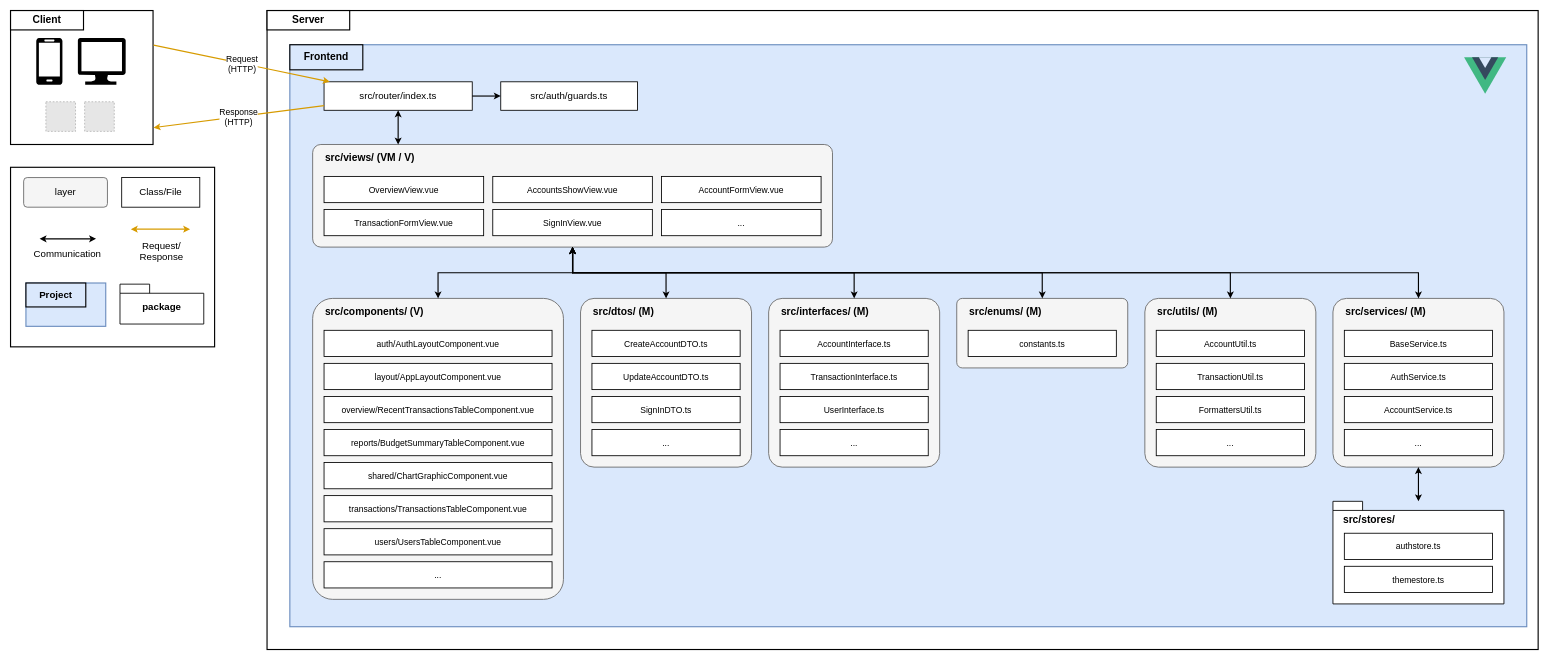
The draw.io diagram docs/architecture/deliverable-2/frontend-architecture.drawio in AndresVelez31/FinZen, before the edit. Source tidied: cells renumbered, new cells numbered last; positions are measured from the earlier drawing's top-left corner, leaving out a move shared by most shapes. Both pictures are drawn from the tidied source at 57%, with x=0, y=0 at pixel (10, 10). Pictures stored in the file or linked from it are replaced by grey dashed boxes.
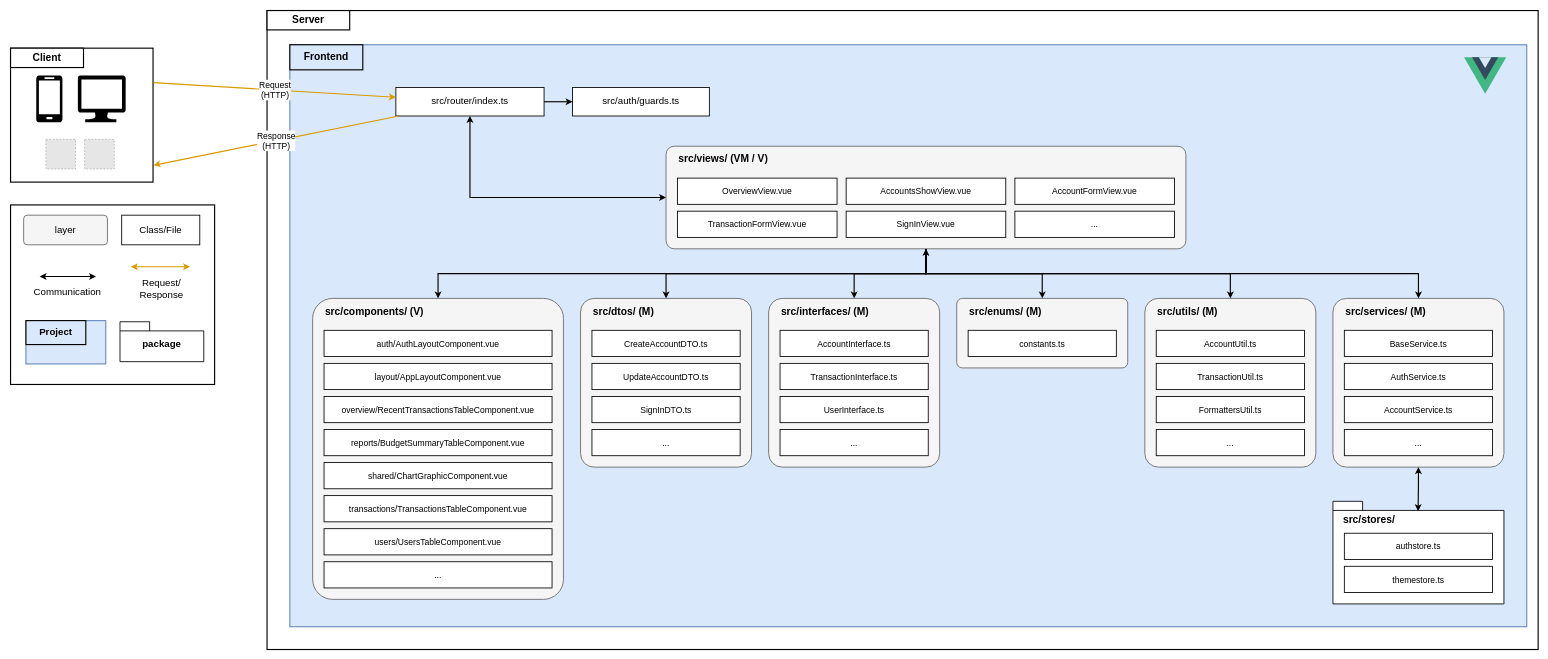
The same page after the edit.

Commit message (it also covers changes not shown here):
docs(architecture): adjust the general, frontend and backend diagrams

Unchanged cells that the change refers to:
```xml
<mxCell id="44" value="src/components/ (V)" style="rounded=1;arcSize=8;whiteSpace=wrap;html=1;fillColor=#f5f5f5;strokeColor=#666666;strokeWidth=1.5;verticalAlign=top;align=left;spacingLeft=20;spacingTop=6;fontStyle=1;fontSize=18;" parent="1" vertex="1">
  <mxGeometry x="530" y="505" width="440" height="528" as="geometry" />
</mxCell>
<mxCell id="54" value="src/dtos/ (M)" style="rounded=1;arcSize=8;whiteSpace=wrap;html=1;fillColor=#f5f5f5;strokeColor=#666666;strokeWidth=1.5;verticalAlign=top;align=left;spacingLeft=20;spacingTop=6;fontStyle=1;fontSize=18;" parent="1" vertex="1">
  <mxGeometry x="1000" y="505" width="300" height="296" as="geometry" />
</mxCell>
<mxCell id="60" value="src/interfaces/ (M)" style="rounded=1;arcSize=8;whiteSpace=wrap;html=1;fillColor=#f5f5f5;strokeColor=#666666;strokeWidth=1.5;verticalAlign=top;align=left;spacingLeft=20;spacingTop=6;fontStyle=1;fontSize=18;" parent="1" vertex="1">
  <mxGeometry x="1330" y="505" width="300" height="296" as="geometry" />
</mxCell>
<mxCell id="66" value="src/enums/ (M)" style="rounded=1;arcSize=8;whiteSpace=wrap;html=1;fillColor=#f5f5f5;strokeColor=#666666;strokeWidth=1.5;verticalAlign=top;align=left;spacingLeft=20;spacingTop=6;fontStyle=1;fontSize=18;" parent="1" vertex="1">
  <mxGeometry x="1660" y="505" width="300" height="122" as="geometry" />
</mxCell>
<mxCell id="69" value="src/utils/ (M)" style="rounded=1;arcSize=8;whiteSpace=wrap;html=1;fillColor=#f5f5f5;strokeColor=#666666;strokeWidth=1.5;verticalAlign=top;align=left;spacingLeft=20;spacingTop=6;fontStyle=1;fontSize=18;" parent="1" vertex="1">
  <mxGeometry x="1990" y="505" width="300" height="296" as="geometry" />
</mxCell>
<mxCell id="75" value="src/services/ (M)" style="rounded=1;arcSize=8;whiteSpace=wrap;html=1;fillColor=#f5f5f5;strokeColor=#666666;strokeWidth=1.5;verticalAlign=top;align=left;spacingLeft=20;spacingTop=6;fontStyle=1;fontSize=18;" parent="1" vertex="1">
  <mxGeometry x="2320" y="505" width="300" height="296" as="geometry" />
</mxCell>
<mxCell id="81" value="src/stores/" style="shape=folder;tabWidth=52;tabHeight=16;tabPosition=left;whiteSpace=wrap;html=1;fillColor=#ffffff;strokeColor=#000000;strokeWidth=1.5;verticalAlign=top;align=left;spacingLeft=16;spacingTop=16;fontStyle=1;fontSize=18;" parent="1" vertex="1">
  <mxGeometry x="2320" y="861" width="300" height="180" as="geometry" />
</mxCell>
```

Change to the diagram source:
```diff
@@
     <mxCell id="9" style="rounded=0;whiteSpace=wrap;html=1;fillColor=#ffffff;strokeColor=#000000;strokeWidth=2;" parent="1" vertex="1">
-      <mxGeometry width="250" height="235" as="geometry" />
+      <mxGeometry y="66" width="250" height="235" as="geometry" />
     </mxCell>
     <mxCell id="10" value="Client" style="rounded=0;whiteSpace=wrap;html=1;fillColor=#ffffff;strokeColor=#000000;strokeWidth=2;fontStyle=1;fontSize=18;" parent="1" vertex="1">
-      <mxGeometry width="128" height="34" as="geometry" />
+      <mxGeometry y="66" width="128" height="34" as="geometry" />
     </mxCell>
     <mxCell id="11" style="html=1;strokeColor=none;fillColor=#000000;shape=mxgraph.azure.mobile;" parent="1" vertex="1">
-      <mxGeometry x="45" y="48" width="46" height="82" as="geometry" />
+      <mxGeometry x="45" y="114" width="46" height="82" as="geometry" />
     </mxCell>
     <mxCell id="12" style="html=1;strokeColor=none;fillColor=#000000;shape=mxgraph.azure.computer;" parent="1" vertex="1">
-      <mxGeometry x="118" y="48" width="84" height="82" as="geometry" />
+      <mxGeometry x="118" y="114" width="84" height="82" as="geometry" />
     </mxCell>
     <mxCell id="13" style="fillColor=#E6E6E6;strokeColor=#999999;dashed=1;html=1;" parent="1" vertex="1">
-      <mxGeometry x="62" y="160" width="52" height="52" as="geometry" />
+      <mxGeometry x="62" y="226" width="52" height="52" as="geometry" />
     </mxCell>
     <mxCell id="14" style="fillColor=#E6E6E6;strokeColor=#999999;dashed=1;html=1;" parent="1" vertex="1">
-      <mxGeometry x="130" y="160" width="52" height="52" as="geometry" />
+      <mxGeometry x="130" y="226" width="52" height="52" as="geometry" />
     </mxCell>
     <mxCell id="15" style="text;strokeColor=none;fillColor=none;" parent="1" vertex="1">
-      <mxGeometry x="250" y="60" width="1" height="1" as="geometry" />
+      <mxGeometry x="250" y="126" width="1" height="1" as="geometry" />
     </mxCell>
     <mxCell id="16" style="text;strokeColor=none;fillColor=none;" parent="1" vertex="1">
-      <mxGeometry x="250" y="205" width="1" height="1" as="geometry" />
+      <mxGeometry x="250" y="271" width="1" height="1" as="geometry" />
     </mxCell>
     <mxCell id="17" style="rounded=0;whiteSpace=wrap;html=1;fillColor=#ffffff;strokeColor=#000000;strokeWidth=2;" parent="1" vertex="1">
-      <mxGeometry y="275" width="358" height="315" as="geometry" />
+      <mxGeometry y="341" width="358" height="315" as="geometry" />
     </mxCell>
     <mxCell id="18" value="layer" style="rounded=1;arcSize=12;whiteSpace=wrap;html=1;fillColor=#f5f5f5;strokeColor=#666666;strokeWidth=1.5;fontSize=17;" parent="1" vertex="1">
-      <mxGeometry x="23" y="293" width="147" height="52" as="geometry" />
+      <mxGeometry x="23" y="359" width="147" height="52" as="geometry" />
     </mxCell>
     <mxCell id="19" value="Class/File" style="rounded=0;whiteSpace=wrap;html=1;fillColor=#ffffff;strokeColor=#000000;strokeWidth=1.5;fontSize=15;fontSize=17;" parent="1" vertex="1">
-      <mxGeometry x="195" y="293" width="137" height="52" as="geometry" />
+      <mxGeometry x="195" y="359" width="137" height="52" as="geometry" />
     </mxCell>
     <mxCell id="20" style="text;strokeColor=none;fillColor=none;" parent="1" vertex="1">
-      <mxGeometry x="50" y="400" width="1" height="1" as="geometry" />
+      <mxGeometry x="50" y="466" width="1" height="1" as="geometry" />
     </mxCell>
     <mxCell id="21" style="text;strokeColor=none;fillColor=none;" parent="1" vertex="1">
-      <mxGeometry x="150" y="400" width="1" height="1" as="geometry" />
+      <mxGeometry x="150" y="466" width="1" height="1" as="geometry" />
     </mxCell>
@@
     <mxCell id="23" value="Communication" style="text;html=1;strokeColor=none;fillColor=none;align=center;verticalAlign=middle;whiteSpace=wrap;fontSize=17;" parent="1" vertex="1">
-      <mxGeometry x="15" y="410" width="170" height="36" as="geometry" />
+      <mxGeometry x="15" y="476" width="170" height="36" as="geometry" />
     </mxCell>
     <mxCell id="24" style="text;strokeColor=none;fillColor=none;" parent="1" vertex="1">
-      <mxGeometry x="210" y="383" width="1" height="1" as="geometry" />
+      <mxGeometry x="210" y="449" width="1" height="1" as="geometry" />
     </mxCell>
     <mxCell id="25" style="text;strokeColor=none;fillColor=none;" parent="1" vertex="1">
-      <mxGeometry x="315" y="383" width="1" height="1" as="geometry" />
+      <mxGeometry x="315" y="449" width="1" height="1" as="geometry" />
     </mxCell>
@@
     <mxCell id="27" value="Request/&lt;br&gt;Response" style="text;html=1;strokeColor=none;fillColor=none;align=center;verticalAlign=middle;whiteSpace=wrap;fontSize=17;" parent="1" vertex="1">
-      <mxGeometry x="195" y="395" width="140" height="56" as="geometry" />
+      <mxGeometry x="195" y="461" width="140" height="56" as="geometry" />
     </mxCell>
     <mxCell id="28" style="rounded=0;whiteSpace=wrap;html=1;fillColor=#dae8fc;strokeColor=#6c8ebf;strokeWidth=2;" parent="1" vertex="1">
-      <mxGeometry x="27" y="478" width="140" height="76" as="geometry" />
+      <mxGeometry x="27" y="544" width="140" height="76" as="geometry" />
     </mxCell>
     <mxCell id="29" value="Project" style="rounded=0;whiteSpace=wrap;html=1;fillColor=#dae8fc;strokeColor=#000000;strokeWidth=2;fontStyle=1;fontSize=18;fontSize=17;" parent="1" vertex="1">
-      <mxGeometry x="27" y="478" width="105" height="42" as="geometry" />
+      <mxGeometry x="27" y="544" width="105" height="42" as="geometry" />
     </mxCell>
     <mxCell id="30" value="package" style="shape=folder;tabWidth=52;tabHeight=16;tabPosition=left;whiteSpace=wrap;html=1;fillColor=#ffffff;strokeColor=#000000;strokeWidth=1.5;verticalAlign=top;align=left;spacingLeft=16;spacingTop=16;fontStyle=1;fontSize=18;align=center;verticalAlign=middle;spacingLeft=0;spacingTop=10;fontSize=17;" parent="1" vertex="1">
-      <mxGeometry x="192" y="480" width="147" height="70" as="geometry" />
+      <mxGeometry x="192" y="546" width="147" height="70" as="geometry" />
     </mxCell>
     <mxCell id="31" value="src/router/index.ts" style="rounded=0;whiteSpace=wrap;html=1;fillColor=#ffffff;strokeColor=#000000;strokeWidth=1.5;fontSize=15;fontSize=17;" parent="1" vertex="1">
-      <mxGeometry x="550" y="125" width="260" height="50" as="geometry" />
+      <mxGeometry x="676" y="135" width="260" height="50" as="geometry" />
     </mxCell>
     <mxCell id="32" value="src/auth/guards.ts" style="rounded=0;whiteSpace=wrap;html=1;fillColor=#ffffff;strokeColor=#000000;strokeWidth=1.5;fontSize=15;fontSize=17;" parent="1" vertex="1">
-      <mxGeometry x="860" y="125" width="240" height="50" as="geometry" />
+      <mxGeometry x="986" y="135" width="240" height="50" as="geometry" />
     </mxCell>
@@
+    <mxCell id="59" style="edgeStyle=orthogonalEdgeStyle;rounded=0;jettySize=auto;html=1;entryX=0.5;entryY=0;entryDx=0;entryDy=0;strokeWidth=2;" parent="1" edge="1" source="36" target="54">
+      <mxGeometry relative="1" as="geometry" />
+    </mxCell>
+    <mxCell id="65" style="edgeStyle=orthogonalEdgeStyle;rounded=0;jettySize=auto;html=1;entryX=0.5;entryY=0;entryDx=0;entryDy=0;strokeWidth=2;" parent="1" edge="1" source="36" target="60">
+      <mxGeometry relative="1" as="geometry" />
+    </mxCell>
+    <mxCell id="68" style="edgeStyle=orthogonalEdgeStyle;rounded=0;jettySize=auto;html=1;entryX=0.5;entryY=0;entryDx=0;entryDy=0;strokeWidth=2;" parent="1" edge="1" source="36" target="66">
+      <mxGeometry relative="1" as="geometry" />
+    </mxCell>
+    <mxCell id="74" style="edgeStyle=orthogonalEdgeStyle;rounded=0;jettySize=auto;html=1;entryX=0.5;entryY=0;entryDx=0;entryDy=0;strokeWidth=2;" parent="1" edge="1" source="36" target="69">
+      <mxGeometry relative="1" as="geometry" />
+    </mxCell>
+    <mxCell id="80" style="edgeStyle=orthogonalEdgeStyle;rounded=0;jettySize=auto;html=1;entryX=0.5;entryY=0;entryDx=0;entryDy=0;exitX=0.5;exitY=1;exitDx=0;exitDy=0;strokeWidth=2;" parent="1" edge="1" source="36" target="75">
+      <mxGeometry relative="1" as="geometry" />
+    </mxCell>
     <mxCell id="36" value="src/views/ (VM / V)" style="rounded=1;arcSize=8;whiteSpace=wrap;html=1;fillColor=#f5f5f5;strokeColor=#666666;strokeWidth=1.5;verticalAlign=top;align=left;spacingLeft=20;spacingTop=6;fontStyle=1;fontSize=18;" parent="1" vertex="1">
-      <mxGeometry x="530" y="235" width="912" height="180" as="geometry" />
+      <mxGeometry x="1150" y="238" width="912" height="180" as="geometry" />
     </mxCell>
     <mxCell id="37" value="OverviewView.vue" style="rounded=0;whiteSpace=wrap;html=1;fillColor=#ffffff;strokeColor=#000000;strokeWidth=1.5;fontSize=15;" parent="1" vertex="1">
-      <mxGeometry x="550" y="291" width="280" height="46" as="geometry" />
+      <mxGeometry x="1170" y="294" width="280" height="46" as="geometry" />
     </mxCell>
     <mxCell id="38" value="AccountsShowView.vue" style="rounded=0;whiteSpace=wrap;html=1;fillColor=#ffffff;strokeColor=#000000;strokeWidth=1.5;fontSize=15;" parent="1" vertex="1">
-      <mxGeometry x="846" y="291" width="280" height="46" as="geometry" />
+      <mxGeometry x="1466" y="294" width="280" height="46" as="geometry" />
     </mxCell>
     <mxCell id="39" value="AccountFormView.vue" style="rounded=0;whiteSpace=wrap;html=1;fillColor=#ffffff;strokeColor=#000000;strokeWidth=1.5;fontSize=15;" parent="1" vertex="1">
-      <mxGeometry x="1142" y="291" width="280" height="46" as="geometry" />
+      <mxGeometry x="1762" y="294" width="280" height="46" as="geometry" />
     </mxCell>
     <mxCell id="40" value="TransactionFormView.vue" style="rounded=0;whiteSpace=wrap;html=1;fillColor=#ffffff;strokeColor=#000000;strokeWidth=1.5;fontSize=15;" parent="1" vertex="1">
-      <mxGeometry x="550" y="349" width="280" height="46" as="geometry" />
+      <mxGeometry x="1170" y="352" width="280" height="46" as="geometry" />
     </mxCell>
+    <mxCell id="53" style="edgeStyle=orthogonalEdgeStyle;rounded=0;jettySize=auto;html=1;entryX=0.5;entryY=0;entryDx=0;entryDy=0;exitX=0.5;exitY=1;exitDx=0;exitDy=0;strokeWidth=2;startArrow=classic;startFill=1;" parent="1" edge="1" source="36" target="44">
+      <mxGeometry relative="1" as="geometry" />
+    </mxCell>
     <mxCell id="41" value="SignInView.vue" style="rounded=0;whiteSpace=wrap;html=1;fillColor=#ffffff;strokeColor=#000000;strokeWidth=1.5;fontSize=15;" parent="1" vertex="1">
-      <mxGeometry x="846" y="349" width="280" height="46" as="geometry" />
+      <mxGeometry x="1466" y="352" width="280" height="46" as="geometry" />
     </mxCell>
     <mxCell id="42" value="..." style="rounded=0;whiteSpace=wrap;html=1;fillColor=#ffffff;strokeColor=#000000;strokeWidth=1.5;fontSize=15;" parent="1" vertex="1">
-      <mxGeometry x="1142" y="349" width="280" height="46" as="geometry" />
+      <mxGeometry x="1762" y="352" width="280" height="46" as="geometry" />
     </mxCell>
-    <mxCell id="43" style="edgeStyle=orthogonalEdgeStyle;rounded=0;html=1;strokeColor=#000000;strokeWidth=2;endArrow=classic;endFill=1;startArrow=classic;startFill=1;exitX=0.5;exitY=1;entryX=0.16447368421052633;entryY=0;" parent="1" edge="1" source="31" target="36">
+    <mxCell id="43" style="edgeStyle=orthogonalEdgeStyle;rounded=0;html=1;strokeColor=#000000;strokeWidth=2;endArrow=classic;endFill=1;startArrow=classic;startFill=1;exitX=0.5;exitY=1;entryX=0;entryY=0.5;entryDx=0;entryDy=0;" parent="1" edge="1" source="31" target="36">
       <mxGeometry relative="1" as="geometry" />
     </mxCell>
@@
-    <mxCell id="53" style="edgeStyle=orthogonalEdgeStyle;rounded=0;html=1;strokeColor=#000000;strokeWidth=2;endArrow=classic;endFill=1;startArrow=classic;startFill=1;exitX=0.5;exitY=1;entryX=0.5;entryY=0;" parent="1" edge="1" source="36" target="44">
-      <mxGeometry relative="1" as="geometry">
-        <Array as="points">
-          <mxPoint x="986" y="460" />
-          <mxPoint x="750" y="460" />
-        </Array>
-      </mxGeometry>
-    </mxCell>
@@
-    <mxCell id="59" style="edgeStyle=orthogonalEdgeStyle;rounded=0;html=1;strokeColor=#000000;strokeWidth=2;endArrow=classic;endFill=1;startArrow=classic;startFill=1;exitX=0.5;exitY=1;entryX=0.5;entryY=0;" parent="1" edge="1" source="36" target="54">
-      <mxGeometry relative="1" as="geometry">
-        <Array as="points">
-          <mxPoint x="986" y="460" />
-          <mxPoint x="1150" y="460" />
-        </Array>
-      </mxGeometry>
-    </mxCell>
@@
-    <mxCell id="65" style="edgeStyle=orthogonalEdgeStyle;rounded=0;html=1;strokeColor=#000000;strokeWidth=2;endArrow=classic;endFill=1;startArrow=classic;startFill=1;exitX=0.5;exitY=1;entryX=0.5;entryY=0;" parent="1" edge="1" source="36" target="60">
-      <mxGeometry relative="1" as="geometry">
-        <Array as="points">
-          <mxPoint x="986" y="460" />
-          <mxPoint x="1480" y="460" />
-        </Array>
-      </mxGeometry>
-    </mxCell>
@@
-    <mxCell id="68" style="edgeStyle=orthogonalEdgeStyle;rounded=0;html=1;strokeColor=#000000;strokeWidth=2;endArrow=classic;endFill=1;startArrow=classic;startFill=1;exitX=0.5;exitY=1;entryX=0.5;entryY=0;" parent="1" edge="1" source="36" target="66">
-      <mxGeometry relative="1" as="geometry">
-        <Array as="points">
-          <mxPoint x="986" y="460" />
-          <mxPoint x="1810" y="460" />
-        </Array>
-      </mxGeometry>
-    </mxCell>
@@
-    <mxCell id="74" style="edgeStyle=orthogonalEdgeStyle;rounded=0;html=1;strokeColor=#000000;strokeWidth=2;endArrow=classic;endFill=1;startArrow=classic;startFill=1;exitX=0.5;exitY=1;entryX=0.5;entryY=0;" parent="1" edge="1" source="36" target="69">
-      <mxGeometry relative="1" as="geometry">
-        <Array as="points">
-          <mxPoint x="986" y="460" />
-          <mxPoint x="2140" y="460" />
-        </Array>
-      </mxGeometry>
-    </mxCell>
+    <mxCell id="85" style="edgeStyle=orthogonalEdgeStyle;rounded=0;jettySize=auto;html=1;startArrow=classic;startFill=1;strokeWidth=2;entryX=0.498;entryY=0.096;entryDx=0;entryDy=0;entryPerimeter=0;" parent="1" edge="1" source="75" target="81">
+      <mxGeometry relative="1" as="geometry" />
+    </mxCell>
@@
-    <mxCell id="80" style="edgeStyle=orthogonalEdgeStyle;rounded=0;html=1;strokeColor=#000000;strokeWidth=2;endArrow=classic;endFill=1;startArrow=classic;startFill=1;exitX=0.5;exitY=1;entryX=0.5;entryY=0;" parent="1" edge="1" source="36" target="75">
-      <mxGeometry relative="1" as="geometry">
-        <Array as="points">
-          <mxPoint x="986" y="460" />
-          <mxPoint x="2470" y="460" />
-        </Array>
-      </mxGeometry>
-    </mxCell>
@@
-    <mxCell id="84" style="edgeStyle=orthogonalEdgeStyle;rounded=0;html=1;strokeColor=#000000;strokeWidth=2;endArrow=classic;endFill=1;startArrow=classic;startFill=1;exitX=0.5;exitY=0;entryX=0.5;entryY=1;" parent="1" edge="1" source="81" target="75">
-      <mxGeometry relative="1" as="geometry" />
-    </mxCell>
```
